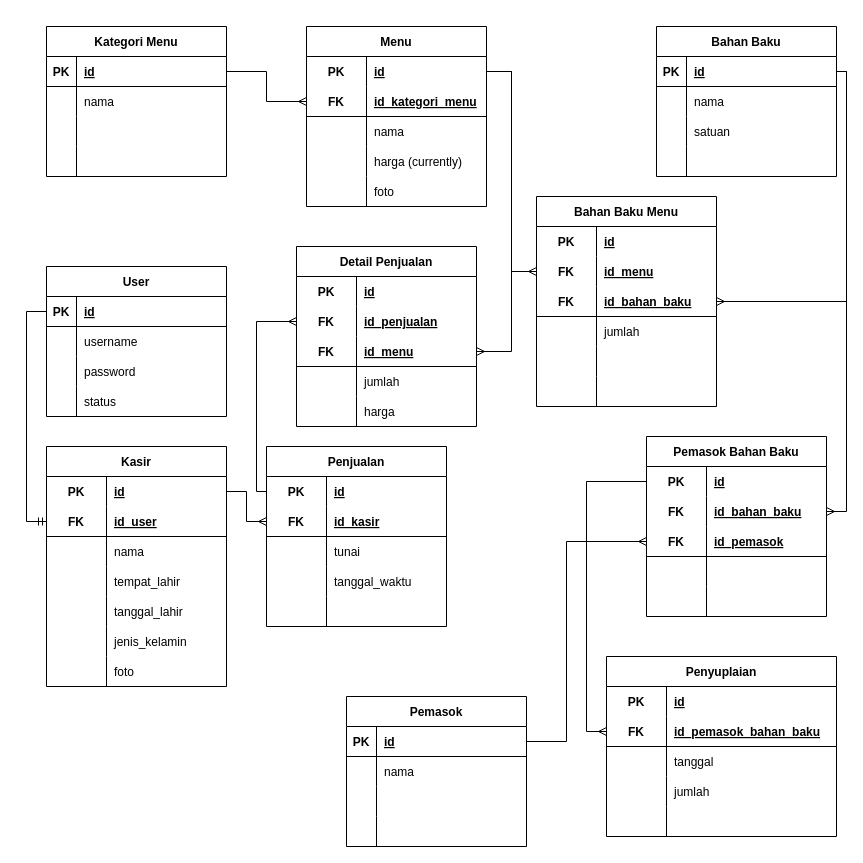
Earlier version of the draw.io diagram database/Database Schema.drawio (yafizh/Majelis-Kopi-PKL). Source tidied: cells renumbered, new cells numbered last; positions are measured from the earlier drawing's top-left corner, leaving out a move shared by most shapes. Both pictures are drawn from the tidied source at 100%, with x=0, y=0 at pixel (46, 26).
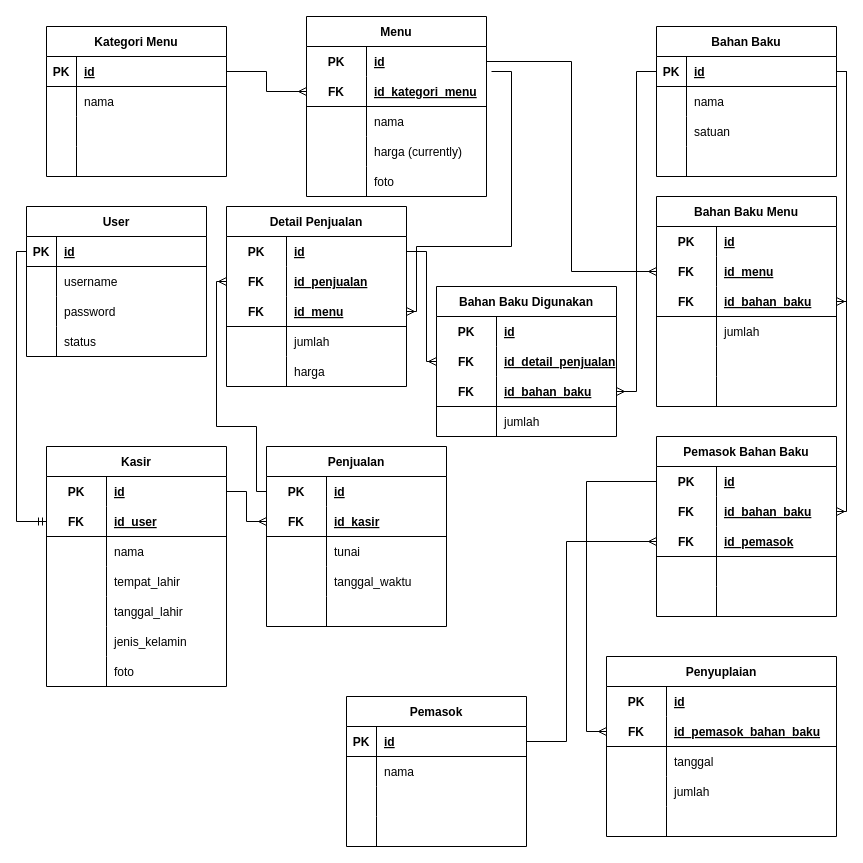
The same page after the edit.

Commit message (it also covers changes not shown here):
fix create and update feature menu, update feauture show stok bahan baku, update feature kasir

Unchanged cells that the change refers to:
```xml
<mxCell id="3" style="shape=tableRow;horizontal=0;startSize=0;swimlaneHead=0;swimlaneBody=0;fillColor=none;points=[[0,0.5],[1,0.5]];portConstraint=eastwest;top=0;left=0;right=0;bottom=1;" parent="2" vertex="1">
  <mxGeometry y="30" width="180" height="30" as="geometry" />
</mxCell>
<mxCell id="48" style="shape=tableRow;horizontal=0;startSize=0;swimlaneHead=0;swimlaneBody=0;fillColor=none;points=[[0,0.5],[1,0.5]];portConstraint=eastwest;top=0;left=0;right=0;bottom=1;" parent="44" vertex="1">
  <mxGeometry y="60" width="180" height="30" as="geometry" />
</mxCell>
<mxCell id="67" style="shape=tableRow;horizontal=0;startSize=0;swimlaneHead=0;swimlaneBody=0;fillColor=none;points=[[0,0.5],[1,0.5]];portConstraint=eastwest;top=0;left=0;right=0;bottom=0;" parent="66" vertex="1">
  <mxGeometry y="30" width="180" height="30" as="geometry" />
</mxCell>
<mxCell id="112" style="shape=tableRow;horizontal=0;startSize=0;swimlaneHead=0;swimlaneBody=0;fillColor=none;points=[[0,0.5],[1,0.5]];portConstraint=eastwest;top=0;left=0;right=0;bottom=1;" parent="111" vertex="1">
  <mxGeometry y="30" width="180" height="30" as="geometry" />
</mxCell>
<mxCell id="169" style="shape=tableRow;horizontal=0;startSize=0;swimlaneHead=0;swimlaneBody=0;fillColor=none;points=[[0,0.5],[1,0.5]];portConstraint=eastwest;top=0;left=0;right=0;bottom=0;" parent="168" vertex="1">
  <mxGeometry y="30" width="180" height="30" as="geometry" />
</mxCell>
<mxCell id="172" style="shape=tableRow;horizontal=0;startSize=0;swimlaneHead=0;swimlaneBody=0;fillColor=none;points=[[0,0.5],[1,0.5]];portConstraint=eastwest;top=0;left=0;right=0;bottom=0;" parent="168" vertex="1">
  <mxGeometry y="60" width="180" height="30" as="geometry" />
</mxCell>
<mxCell id="175" style="shape=tableRow;horizontal=0;startSize=0;swimlaneHead=0;swimlaneBody=0;fillColor=none;points=[[0,0.5],[1,0.5]];portConstraint=eastwest;top=0;left=0;right=0;bottom=1;" parent="168" vertex="1">
  <mxGeometry y="90" width="180" height="30" as="geometry" />
</mxCell>
```

Change to the diagram source:
```diff
@@
     <mxCell id="2" value="User" style="shape=table;startSize=30;childLayout=tableLayout;rowLines=0;fontStyle=1;align=center;" parent="1" vertex="1">
-      <mxGeometry y="240" width="180" height="150" as="geometry" />
+      <mxGeometry x="-20" y="180" width="180" height="150" as="geometry" />
     </mxCell>
@@
     <mxCell id="28" value="Menu" style="shape=table;startSize=30;childLayout=tableLayout;rowLines=0;fontStyle=1;align=center;" parent="1" vertex="1">
-      <mxGeometry x="260" width="180" height="180" as="geometry" />
+      <mxGeometry x="260" y="-10" width="180" height="180" as="geometry" />
     </mxCell>
@@
     <mxCell id="124" value="Pemasok Bahan Baku" style="shape=table;startSize=30;childLayout=tableLayout;rowLines=0;fontStyle=1;align=center;" parent="1" vertex="1">
-      <mxGeometry x="600" y="410" width="180" height="180" as="geometry" />
+      <mxGeometry x="610" y="410" width="180" height="180" as="geometry" />
     </mxCell>
@@
     <mxCell id="140" value="Bahan Baku Menu" style="shape=table;startSize=30;childLayout=tableLayout;rowLines=0;fontStyle=1;align=center;" parent="1" vertex="1">
-      <mxGeometry x="490" y="170" width="180" height="210" as="geometry" />
+      <mxGeometry x="610" y="170" width="180" height="210" as="geometry" />
     </mxCell>
@@
     <mxCell id="162" style="edgeStyle=orthogonalEdgeStyle;rounded=0;jettySize=auto;html=1;entryX=0;entryY=0.5;entryDx=0;entryDy=0;endArrow=ERmandOne;endFill=0;" parent="1" edge="1" source="3" target="48">
-      <mxGeometry relative="1" as="geometry" />
+      <mxGeometry relative="1" as="geometry">
+        <Array as="points">
+          <mxPoint x="-30" y="225" />
+          <mxPoint x="-30" y="495" />
+        </Array>
+      </mxGeometry>
     </mxCell>
     <mxCell id="163" style="edgeStyle=orthogonalEdgeStyle;rounded=0;jettySize=auto;html=1;entryX=1;entryY=0.5;entryDx=0;entryDy=0;endArrow=ERmany;endFill=0;" parent="1" edge="1" target="175">
       <mxGeometry relative="1" as="geometry">
         <mxPoint x="445" y="45" as="sourcePoint" />
         <Array as="points">
           <mxPoint x="465" y="45" />
-          <mxPoint x="465" y="325" />
+          <mxPoint x="465" y="220" />
+          <mxPoint x="370" y="220" />
+          <mxPoint x="370" y="285" />
         </Array>
       </mxGeometry>
     </mxCell>
@@
     <mxCell id="168" value="Detail Penjualan" style="shape=table;startSize=30;childLayout=tableLayout;rowLines=0;fontStyle=1;align=center;" parent="1" vertex="1">
-      <mxGeometry x="250" y="220" width="180" height="180" as="geometry" />
+      <mxGeometry x="180" y="180" width="180" height="180" as="geometry" />
     </mxCell>
@@
     <mxCell id="184" style="edgeStyle=orthogonalEdgeStyle;rounded=0;jettySize=auto;html=1;entryX=0;entryY=0.5;entryDx=0;entryDy=0;endArrow=ERmany;endFill=0;" parent="1" edge="1" source="67" target="172">
       <mxGeometry relative="1" as="geometry">
         <Array as="points">
           <mxPoint x="210" y="465" />
-          <mxPoint x="210" y="295" />
+          <mxPoint x="210" y="400" />
+          <mxPoint x="170" y="400" />
+          <mxPoint x="170" y="255" />
         </Array>
       </mxGeometry>
     </mxCell>
+    <mxCell id="185" value="Bahan Baku Digunakan" style="shape=table;startSize=30;childLayout=tableLayout;rowLines=0;fontStyle=1;align=center;" parent="1" vertex="1">
+      <mxGeometry x="390" y="260" width="180" height="150" as="geometry" />
+    </mxCell>
+    <mxCell id="186" style="shape=tableRow;horizontal=0;startSize=0;swimlaneHead=0;swimlaneBody=0;fillColor=none;top=0;left=0;right=0;bottom=0;" parent="185" vertex="1">
+      <mxGeometry y="30" width="180" height="30" as="geometry" />
+    </mxCell>
+    <mxCell id="187" value="PK" style="shape=partialRectangle;fillColor=none;top=0;left=0;bottom=0;right=0;fontStyle=1;overflow=hidden;" parent="186" vertex="1">
+      <mxGeometry width="60" height="30" as="geometry" />
+    </mxCell>
+    <mxCell id="188" value="id" style="shape=partialRectangle;fillColor=none;top=0;left=0;bottom=0;right=0;align=left;spacingLeft=6;fontStyle=5;overflow=hidden;" parent="186" vertex="1">
+      <mxGeometry x="60" width="120" height="30" as="geometry" />
+    </mxCell>
+    <mxCell id="189" style="shape=tableRow;horizontal=0;startSize=0;swimlaneHead=0;swimlaneBody=0;fillColor=none;points=[[0,0.5],[1,0.5]];portConstraint=eastwest;top=0;left=0;right=0;bottom=0;" parent="185" vertex="1">
+      <mxGeometry y="60" width="180" height="30" as="geometry" />
+    </mxCell>
+    <mxCell id="190" value="FK" style="shape=partialRectangle;fillColor=none;top=0;left=0;bottom=0;right=0;fontStyle=1;overflow=hidden;" parent="189" vertex="1">
+      <mxGeometry width="60" height="30" as="geometry" />
+    </mxCell>
+    <mxCell id="191" value="id_detail_penjualan" style="shape=partialRectangle;fillColor=none;top=0;left=0;bottom=0;right=0;align=left;spacingLeft=6;fontStyle=5;overflow=hidden;" parent="189" vertex="1">
+      <mxGeometry x="60" width="120" height="30" as="geometry" />
+    </mxCell>
+    <mxCell id="192" style="shape=tableRow;horizontal=0;startSize=0;swimlaneHead=0;swimlaneBody=0;fillColor=none;points=[[0,0.5],[1,0.5]];portConstraint=eastwest;top=0;left=0;right=0;bottom=1;" parent="185" vertex="1">
+      <mxGeometry y="90" width="180" height="30" as="geometry" />
+    </mxCell>
+    <mxCell id="193" value="FK" style="shape=partialRectangle;fillColor=none;top=0;left=0;bottom=0;right=0;fontStyle=1;overflow=hidden;" parent="192" vertex="1">
+      <mxGeometry width="60" height="30" as="geometry" />
+    </mxCell>
+    <mxCell id="194" value="id_bahan_baku" style="shape=partialRectangle;fillColor=none;top=0;left=0;bottom=0;right=0;align=left;spacingLeft=6;fontStyle=5;overflow=hidden;" parent="192" vertex="1">
+      <mxGeometry x="60" width="120" height="30" as="geometry" />
+    </mxCell>
+    <mxCell id="195" style="shape=tableRow;horizontal=0;startSize=0;swimlaneHead=0;swimlaneBody=0;fillColor=none;top=0;left=0;right=0;bottom=0;" parent="185" vertex="1">
+      <mxGeometry y="120" width="180" height="30" as="geometry" />
+    </mxCell>
+    <mxCell id="196" style="shape=partialRectangle;fillColor=none;top=0;left=0;bottom=0;right=0;overflow=hidden;" parent="195" vertex="1">
+      <mxGeometry width="60" height="30" as="geometry" />
+    </mxCell>
+    <mxCell id="197" value="jumlah" style="shape=partialRectangle;fillColor=none;top=0;left=0;bottom=0;right=0;align=left;spacingLeft=6;overflow=hidden;" parent="195" vertex="1">
+      <mxGeometry x="60" width="120" height="30" as="geometry" />
+    </mxCell>
+    <mxCell id="198" style="edgeStyle=orthogonalEdgeStyle;rounded=0;jettySize=auto;html=1;entryX=0;entryY=0.5;entryDx=0;entryDy=0;endArrow=ERmany;endFill=0;" parent="1" edge="1" source="169" target="189">
+      <mxGeometry relative="1" as="geometry">
+        <Array as="points">
+          <mxPoint x="380" y="225" />
+          <mxPoint x="380" y="335" />
+        </Array>
+      </mxGeometry>
+    </mxCell>
+    <mxCell id="199" style="edgeStyle=orthogonalEdgeStyle;rounded=0;jettySize=auto;html=1;entryX=1;entryY=0.5;entryDx=0;entryDy=0;endArrow=ERmany;endFill=0;" parent="1" edge="1" source="112" target="192">
+      <mxGeometry relative="1" as="geometry" />
+    </mxCell>
```
